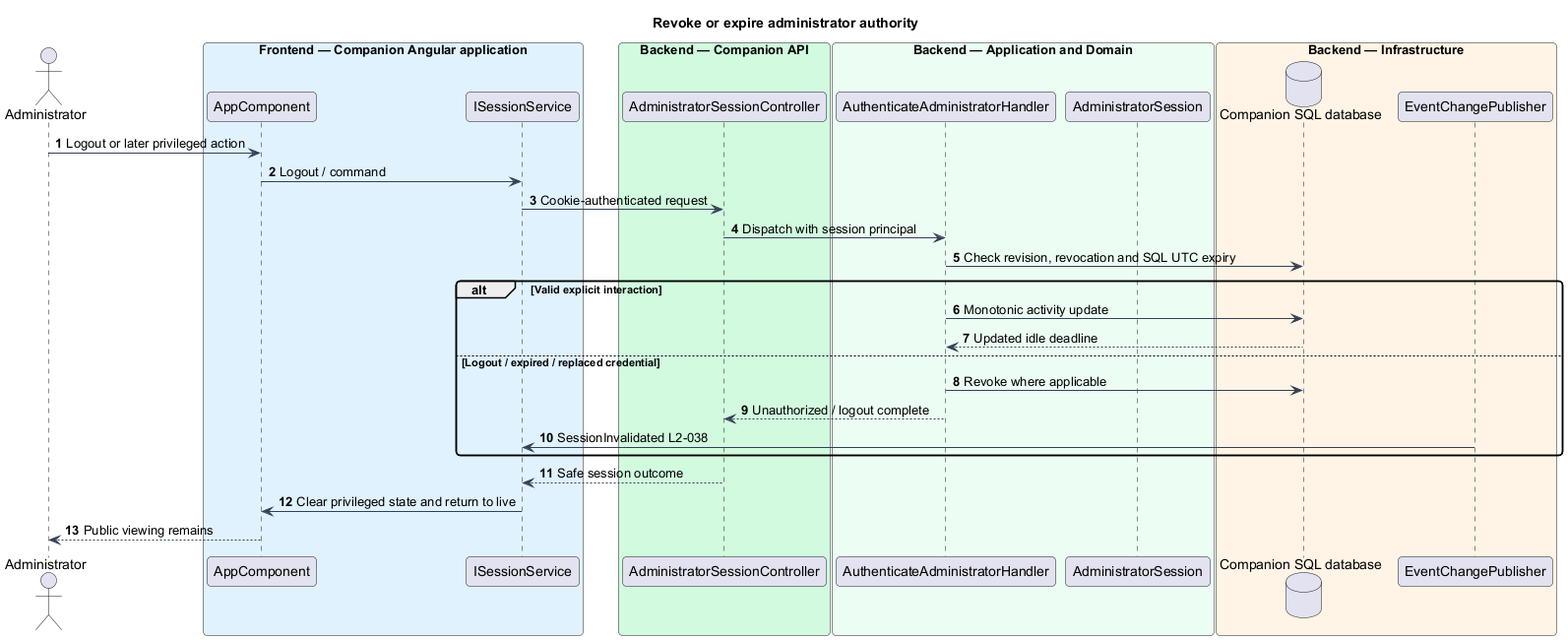
Before: docs/detailed-designs/access/authenticate-administrators/diagrams/sequence-expiry.png, a diagram exported from PlantUML (QuinntyneBrown/faithtech-toronto-ai-build-event). Its diagram source:
```plantuml
@startuml
skinparam backgroundColor #FFFFFF
skinparam shadowing false
skinparam defaultFontName Arial
skinparam ArrowColor #344054
skinparam roundcorner 8
autonumber
title Revoke or expire administrator authority
actor "Administrator" as actor
box "Frontend — Companion Angular application" #E0F2FE
participant "AppComponent" as page
participant "ISessionService" as client
end box
box "Backend — Companion API" #D1FADF
participant "AdministratorSessionController" as controller
end box
box "Backend — Application and Domain" #ECFDF3
participant "AuthenticateAdministratorHandler" as handler
participant "AdministratorSession" as entity
end box
box "Backend — Infrastructure" #FFF4E5
database "Companion SQL database" as db
participant "EventChangePublisher" as push
end box
actor -> page : Logout or later privileged action
page -> client : Logout / command
client -> controller : Cookie-authenticated request
controller -> handler : Dispatch with session principal
handler -> db : Check revision, revocation and SQL UTC expiry
alt Valid explicit interaction
 handler -> db : Monotonic activity update
 db --> handler : Updated idle deadline
else Logout / expired / replaced credential
 handler -> db : Revoke where applicable
 handler --> controller : Unauthorized / logout complete
 push -> client : SessionInvalidated L2-038
end
controller --> client : Safe session outcome
client -> page : Clear privileged state and return to live
page --> actor : Public viewing remains
@enduml
```
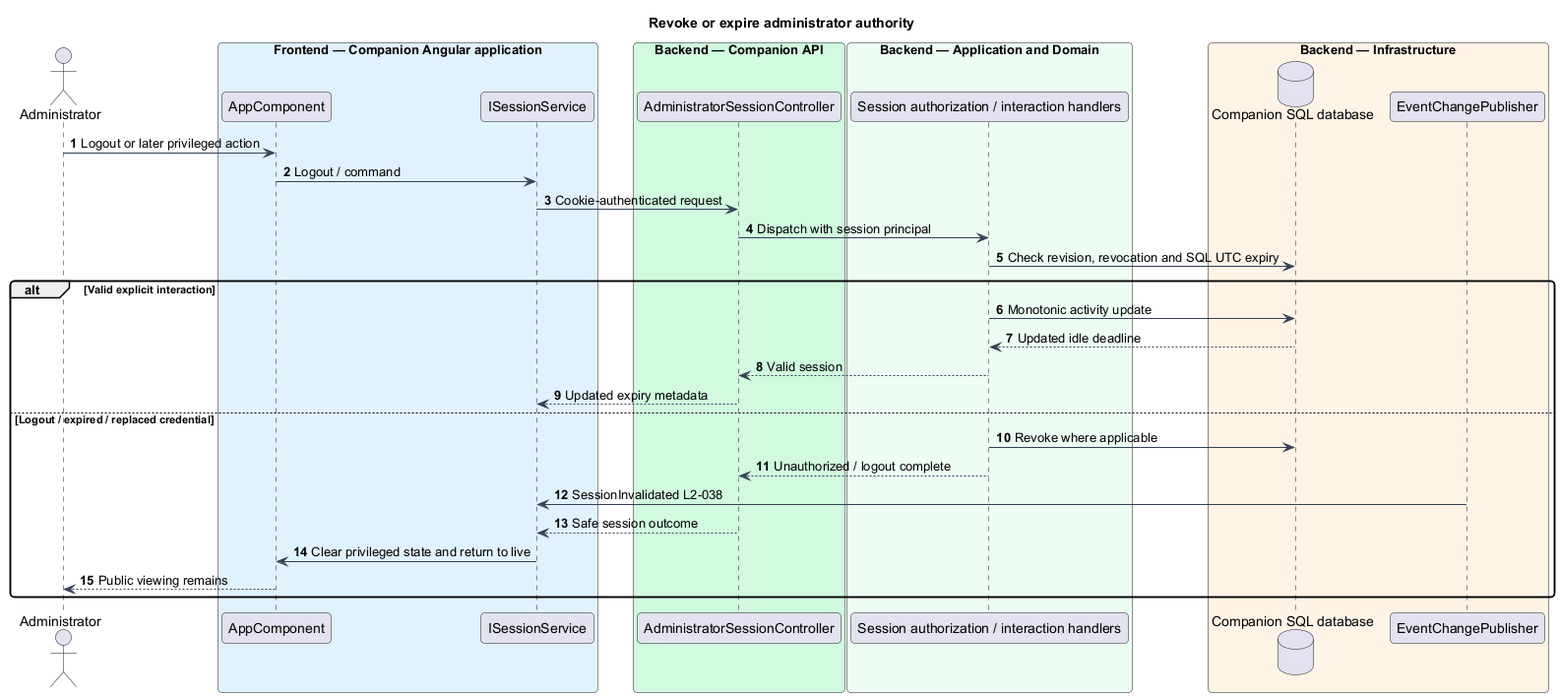
Later version of the same file.

The edit, as a diff of the source:
```diff
@@ -15,8 +15,7 @@
 participant "AdministratorSessionController" as controller
 end box
 box "Backend — Application and Domain" #ECFDF3
-participant "AuthenticateAdministratorHandler" as handler
-participant "AdministratorSession" as entity
+participant "Session authorization / interaction handlers" as handler
 end box
 box "Backend — Infrastructure" #FFF4E5
 database "Companion SQL database" as db
@@ -30,12 +29,14 @@
 alt Valid explicit interaction
  handler -> db : Monotonic activity update
  db --> handler : Updated idle deadline
+ handler --> controller : Valid session
+ controller --> client : Updated expiry metadata
 else Logout / expired / replaced credential
  handler -> db : Revoke where applicable
  handler --> controller : Unauthorized / logout complete
  push -> client : SessionInvalidated L2-038
-end
 controller --> client : Safe session outcome
 client -> page : Clear privileged state and return to live
 page --> actor : Public viewing remains
+end
 @enduml
```
